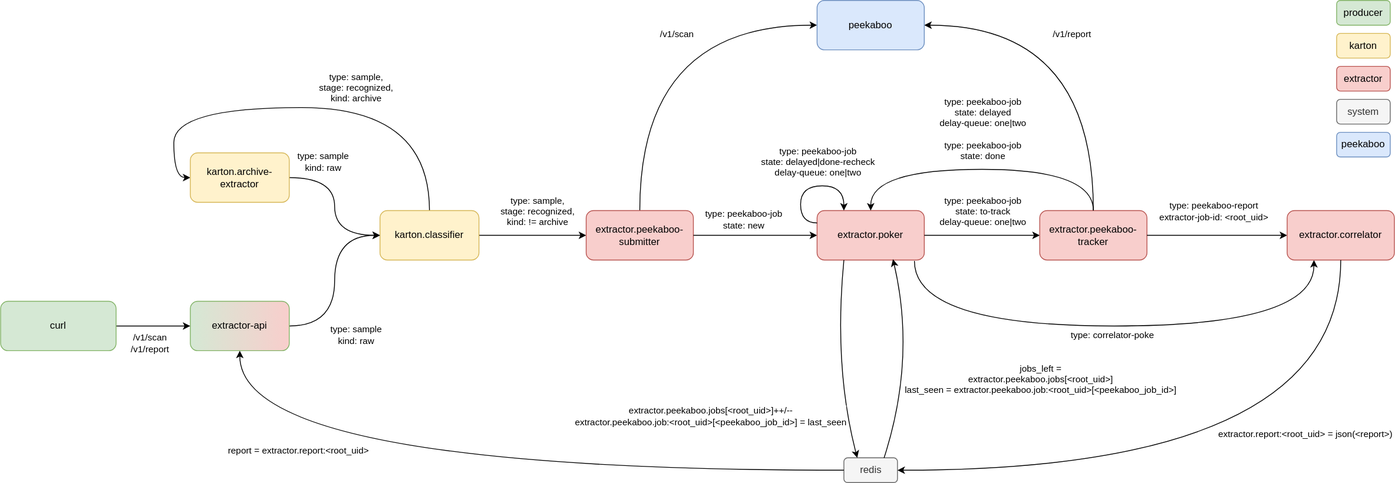
science-computing/expander keeps this draw.io diagram as extractor.svg. Above is the earlier version. Source tidied: cells renumbered, new cells last; positions are measured from the earlier drawing's top-left corner, leaving out a move shared by most shapes.
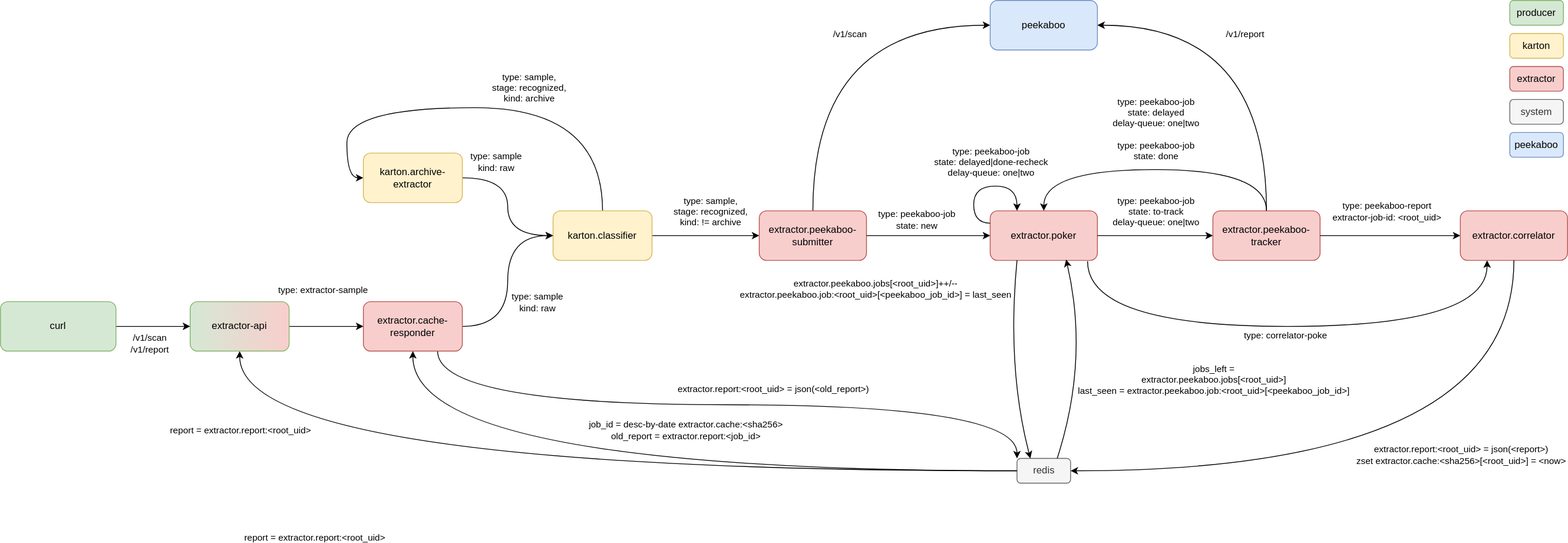
Later version of the same file.

The edit, as a diff of the source:
```diff
@@ -26,11 +26,19 @@
       <mxGeometry relative="1" as="geometry" />
     </mxCell>
     <mxCell id="7" value="&lt;div&gt;type: sample&lt;/div&gt;&lt;div&gt;kind: raw&lt;br&gt;&lt;/div&gt;" style="edgeLabel;html=1;align=center;verticalAlign=middle;" parent="6" vertex="1">
-      <mxGeometry x="-0.24" y="3" relative="1" as="geometry">
-        <mxPoint x="28" y="39" as="offset" />
+      <mxGeometry x="-0.19" y="3" relative="1" as="geometry">
+        <mxPoint x="38" y="4" as="offset" />
       </mxGeometry>
     </mxCell>
+    <mxCell id="51" style="edgeStyle=orthogonalEdgeStyle;rounded=0;jettySize=auto;html=1;curved=1;entryX=0;entryY=0;entryDx=0;entryDy=0;exitX=0.75;exitY=1;exitDx=0;exitDy=0;" parent="1" edge="1" source="8" target="36">
+      <mxGeometry relative="1" as="geometry" />
+    </mxCell>
+    <mxCell id="52" value="&lt;div&gt;extractor.report:&amp;lt;root_uid&amp;gt; = json(&amp;lt;old_report&amp;gt;)&lt;/div&gt;" style="edgeLabel;html=1;align=center;verticalAlign=middle;" parent="51" vertex="1">
+      <mxGeometry x="0.09" y="-2" relative="1" as="geometry">
+        <mxPoint x="17" y="-22" as="offset" />
+      </mxGeometry>
+    </mxCell>
-    <mxCell id="8" value="extractor-api" style="whiteSpace=wrap;html=1;rounded=1;fillColor=#d5e8d4;strokeColor=#82b366;gradientColor=#F8CECC;gradientDirection=east;" parent="1" vertex="1">
+    <mxCell id="8" value="extractor.cache-responder" style="whiteSpace=wrap;html=1;rounded=1;fillColor=#f8cecc;strokeColor=#b85450;gradientDirection=east;" parent="1" vertex="1">
       <mxGeometry x="230" y="365" width="120" height="60" as="geometry" />
     </mxCell>
     <mxCell id="9" style="edgeStyle=orthogonalEdgeStyle;curved=1;rounded=0;jettySize=auto;html=1;entryX=0;entryY=0.5;entryDx=0;entryDy=0;" parent="1" edge="1" source="11" target="5">
@@ -156,6 +164,14 @@
     <mxCell id="35" value="system" style="whiteSpace=wrap;html=1;rounded=1;fillColor=#f5f5f5;strokeColor=#666666;fontColor=#333333;" parent="1" vertex="1">
       <mxGeometry x="1620" y="120" width="65" height="30" as="geometry" />
     </mxCell>
+    <mxCell id="53" style="edgeStyle=orthogonalEdgeStyle;curved=1;rounded=0;jettySize=auto;html=1;" parent="1" edge="1" source="36" target="8">
+      <mxGeometry relative="1" as="geometry" />
+    </mxCell>
+    <mxCell id="54" value="&lt;div&gt;job_id = desc-by-date extractor.cache:&amp;lt;sha256&amp;gt;&lt;/div&gt;&lt;div&gt;old_report = extractor.report:&amp;lt;job_id&amp;gt;&lt;/div&gt;" style="edgeLabel;html=1;align=center;verticalAlign=middle;" parent="53" vertex="1">
+      <mxGeometry x="0.85" y="-42" relative="1" as="geometry">
+        <mxPoint x="288" y="31" as="offset" />
+      </mxGeometry>
+    </mxCell>
     <mxCell id="36" value="redis" style="whiteSpace=wrap;html=1;rounded=1;fillColor=#f5f5f5;strokeColor=#666666;fontColor=#333333;" parent="1" vertex="1">
       <mxGeometry x="1022.5" y="555" width="65" height="30" as="geometry" />
     </mxCell>
@@ -168,7 +184,7 @@
     </mxCell>
     <mxCell id="38" value="&lt;div&gt;extractor.peekaboo.jobs[&amp;lt;root_uid&amp;gt;]++/--&lt;/div&gt;&lt;div&gt;extractor.peekaboo.job:&amp;lt;root_uid&amp;gt;[&amp;lt;peekaboo_job_id&amp;gt;] = last_seen&lt;br&gt;&lt;/div&gt;" style="edgeLabel;html=1;align=center;verticalAlign=middle;" parent="37" vertex="1">
       <mxGeometry x="-0.13" y="2" relative="1" as="geometry">
-        <mxPoint x="-154" y="84" as="offset" />
+        <mxPoint x="-164" y="-71" as="offset" />
       </mxGeometry>
     </mxCell>
     <mxCell id="39" style="curved=1;endArrow=classic;html=1;rounded=0;exitX=0.75;exitY=0;exitDx=0;exitDy=0;entryX=0.708;entryY=0.983;entryDx=0;entryDy=0;entryPerimeter=0;" parent="1" edge="1" source="36" target="22">
@@ -186,30 +202,27 @@
     <mxCell id="41" style="endArrow=classic;html=1;rounded=0;entryX=1;entryY=0.5;entryDx=0;entryDy=0;exitX=0.5;exitY=1;exitDx=0;exitDy=0;edgeStyle=orthogonalEdgeStyle;curved=1;" parent="1" edge="1" source="34" target="36">
       <mxGeometry relative="1" as="geometry" />
     </mxCell>
-    <mxCell id="42" value="extractor.report:&amp;lt;root_uid&amp;gt; = json(&amp;lt;report&amp;gt;)" style="edgeLabel;html=1;align=center;verticalAlign=middle;" parent="41" vertex="1">
+    <mxCell id="42" value="&lt;div&gt;extractor.report:&amp;lt;root_uid&amp;gt; = json(&amp;lt;report&amp;gt;)&lt;/div&gt;&lt;div&gt;zset extractor.cache:&amp;lt;sha256&amp;gt;[&amp;lt;root_uid&amp;gt;] = &amp;lt;now&amp;gt;&lt;br&gt;&lt;/div&gt;" style="edgeLabel;html=1;align=center;verticalAlign=middle;" parent="41" vertex="1">
       <mxGeometry x="0.18" y="-14" relative="1" as="geometry">
-        <mxPoint x="169" y="-31" as="offset" />
+        <mxPoint x="148" y="-6" as="offset" />
       </mxGeometry>
     </mxCell>
-    <mxCell id="43" style="endArrow=classic;html=1;rounded=0;exitX=0;exitY=0.5;exitDx=0;exitDy=0;edgeStyle=orthogonalEdgeStyle;curved=1;entryX=0.5;entryY=1;entryDx=0;entryDy=0;" parent="1" edge="1" source="36" target="8">
+    <mxCell id="43" style="endArrow=classic;html=1;rounded=0;exitX=0;exitY=0.5;exitDx=0;exitDy=0;edgeStyle=orthogonalEdgeStyle;curved=1;" parent="1" edge="1" source="36" target="56">
       <mxGeometry relative="1" as="geometry" />
     </mxCell>
     <mxCell id="44" value="report = extractor.report:&amp;lt;root_uid&amp;gt;" style="edgeLabel;html=1;align=center;verticalAlign=middle;" parent="43" vertex="1">
       <mxGeometry x="-0.09" relative="1" as="geometry">
-        <mxPoint x="-264" y="-25" as="offset" />
+        <mxPoint x="-448" y="-50" as="offset" />
       </mxGeometry>
     </mxCell>
-    <mxCell id="45" style="edgeStyle=orthogonalEdgeStyle;curved=1;rounded=0;jettySize=auto;html=1;" parent="1" edge="1" source="47" target="8">
+    <mxCell id="45" style="edgeStyle=orthogonalEdgeStyle;curved=1;rounded=0;jettySize=auto;html=1;" parent="1" edge="1" source="56" target="8">
       <mxGeometry relative="1" as="geometry" />
     </mxCell>
-    <mxCell id="46" value="&lt;div&gt;/v1/scan&lt;/div&gt;&lt;div&gt;/v1/report&lt;br&gt;&lt;/div&gt;" style="edgeLabel;html=1;align=center;verticalAlign=middle;" parent="45" vertex="1">
-      <mxGeometry x="-0.29" y="-1" relative="1" as="geometry">
-        <mxPoint x="8" y="19" as="offset" />
-      </mxGeometry>
-    </mxCell>
-    <mxCell id="47" value="curl" style="whiteSpace=wrap;html=1;rounded=1;fillColor=#d5e8d4;strokeColor=#82b366;" parent="1" vertex="1">
-      <mxGeometry y="365" width="140" height="60" as="geometry" />
-    </mxCell>
+    <mxCell id="55" value="type: extractor-sample" style="edgeLabel;html=1;align=center;verticalAlign=middle;" parent="45" vertex="1">
+      <mxGeometry x="0.22" relative="1" as="geometry">
+        <mxPoint x="-15" y="-45" as="offset" />
+      </mxGeometry>
+    </mxCell>
     <mxCell id="48" value="peekaboo" style="whiteSpace=wrap;html=1;rounded=1;fillColor=#dae8fc;strokeColor=#6c8ebf;" parent="1" vertex="1">
       <mxGeometry x="1620" y="160" width="65" height="30" as="geometry" />
     </mxCell>
@@ -219,5 +232,22 @@
     <mxCell id="50" value="&lt;div&gt;type: sample,&lt;/div&gt;&lt;div&gt;stage: recognized,&lt;/div&gt;&lt;div&gt;kind: archive&lt;br&gt;&lt;/div&gt;" style="edgeLabel;html=1;align=center;verticalAlign=middle;" parent="1" vertex="1">
       <mxGeometry x="430" y="105" as="geometry" />
     </mxCell>
+    <mxCell id="56" value="extractor-api" style="whiteSpace=wrap;html=1;rounded=1;fillColor=#d5e8d4;strokeColor=#82b366;gradientColor=#F8CECC;gradientDirection=east;" parent="1" vertex="1">
+      <mxGeometry x="20" y="365" width="120" height="60" as="geometry" />
+    </mxCell>
+    <mxCell id="57" value="report = extractor.report:&amp;lt;root_uid&amp;gt;" style="edgeLabel;html=1;align=center;verticalAlign=middle;" parent="1" vertex="1">
+      <mxGeometry x="170.5" y="650" as="geometry" />
+    </mxCell>
+    <mxCell id="58" style="edgeStyle=orthogonalEdgeStyle;curved=1;rounded=0;jettySize=auto;html=1;" parent="1" edge="1" source="47" target="56">
+      <mxGeometry relative="1" as="geometry" />
+    </mxCell>
+    <mxCell id="46" value="&lt;div&gt;/v1/scan&lt;/div&gt;&lt;div&gt;/v1/report&lt;br&gt;&lt;/div&gt;" style="edgeLabel;html=1;align=center;verticalAlign=middle;" parent="58" vertex="1">
+      <mxGeometry x="-0.29" y="-1" relative="1" as="geometry">
+        <mxPoint x="8" y="19" as="offset" />
+      </mxGeometry>
+    </mxCell>
+    <mxCell id="47" value="curl" style="whiteSpace=wrap;html=1;rounded=1;fillColor=#d5e8d4;strokeColor=#82b366;" parent="1" vertex="1">
+      <mxGeometry x="-210" y="365" width="140" height="60" as="geometry" />
+    </mxCell>
   </root>
 </mxGraphModel>
```
